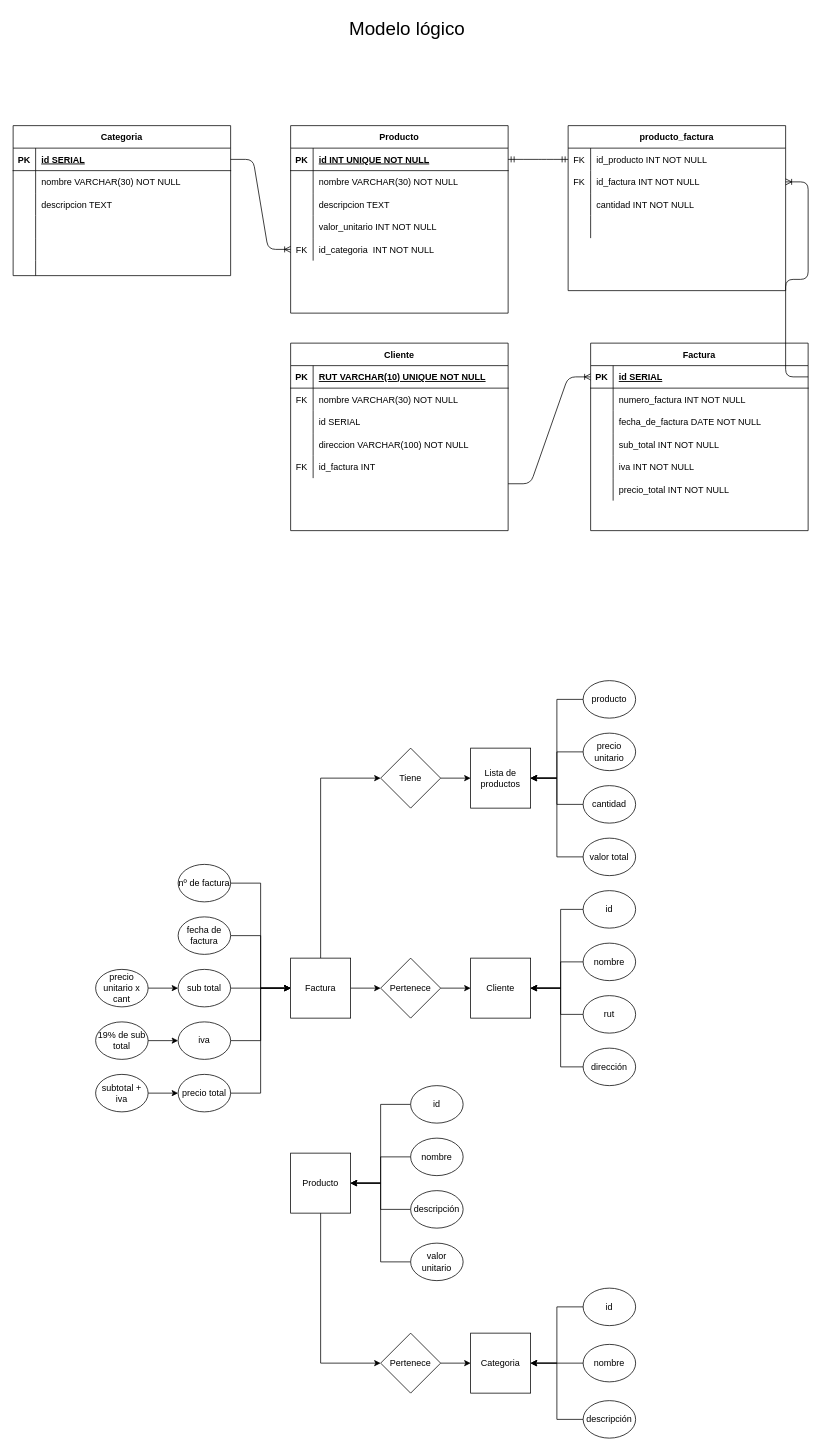
Earlier version of the draw.io diagram prueba.drawio (mackro88/prueba_db). Source tidied: cells renumbered, new cells numbered last; positions are measured from the earlier drawing's top-left corner, leaving out a move shared by most shapes. Both pictures are drawn from the tidied source at 75%, with x=0, y=0 at pixel (13, 13).
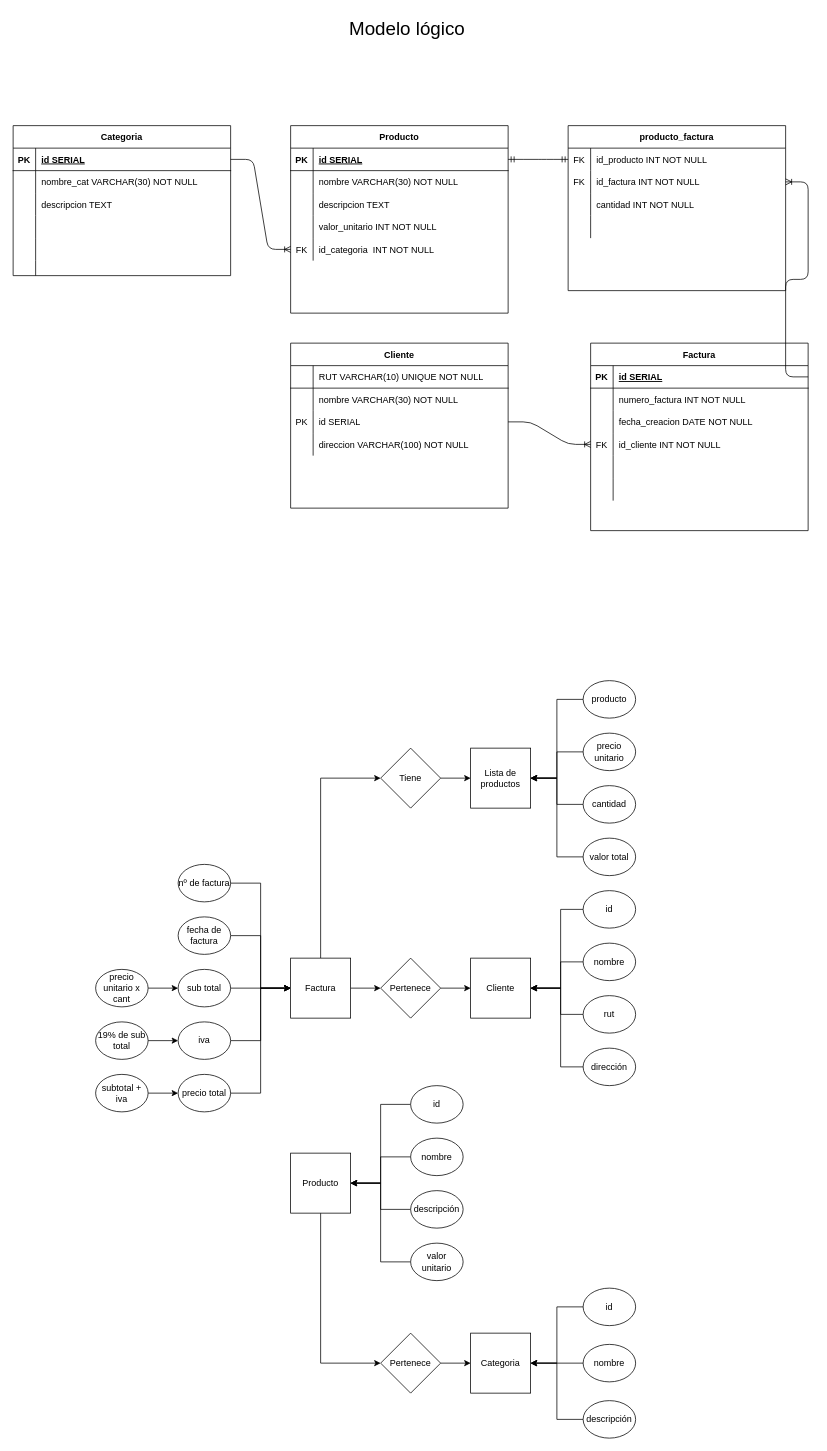
Above is the later version.

The change refers to these unchanged cells:
```xml
<mxCell id="67" style="shape=partialRectangle;fillColor=none;top=0;left=0;right=0;bottom=0;" parent="63" vertex="1">
  <mxGeometry y="60" width="290" height="30" as="geometry" />
</mxCell>
<mxCell id="83" style="shape=partialRectangle;fillColor=none;points=[[0,0.5],[1,0.5]];portConstraint=eastwest;top=0;left=0;right=0;bottom=1;" parent="82" vertex="1">
  <mxGeometry y="30" width="290" height="30" as="geometry" />
</mxCell>
<mxCell id="89" style="shape=partialRectangle;fillColor=none;top=0;left=0;right=0;bottom=0;" parent="82" vertex="1">
  <mxGeometry y="90" width="290" height="30" as="geometry" />
</mxCell>
<mxCell id="92" style="shape=partialRectangle;fillColor=none;points=[[0,0.5],[1,0.5]];portConstraint=eastwest;top=0;left=0;right=0;bottom=0;" parent="82" vertex="1">
  <mxGeometry y="120" width="290" height="30" as="geometry" />
</mxCell>
<mxCell id="95" style="shape=partialRectangle;fillColor=none;top=0;left=0;right=0;bottom=0;" parent="82" vertex="1">
  <mxGeometry y="150" width="290" height="30" as="geometry" />
</mxCell>
<mxCell id="98" style="shape=partialRectangle;fillColor=none;top=0;left=0;right=0;bottom=0;" parent="82" vertex="1">
  <mxGeometry y="180" width="290" height="30" as="geometry" />
</mxCell>
<mxCell id="102" style="shape=partialRectangle;fillColor=none;points=[[0,0.5],[1,0.5]];portConstraint=eastwest;top=0;left=0;right=0;bottom=1;" parent="101" vertex="1">
  <mxGeometry y="30" width="290" height="30" as="geometry" />
</mxCell>
<mxCell id="134" style="shape=partialRectangle;fillColor=none;top=0;left=0;right=0;bottom=1;" parent="133" vertex="1">
  <mxGeometry y="30" width="290" height="30" as="geometry" />
</mxCell>
<mxCell id="137" style="shape=partialRectangle;fillColor=none;top=0;left=0;right=0;bottom=0;" parent="133" vertex="1">
  <mxGeometry y="60" width="290" height="30" as="geometry" />
</mxCell>
<mxCell id="140" style="shape=partialRectangle;fillColor=none;points=[[0,0.5],[1,0.5]];portConstraint=eastwest;top=0;left=0;right=0;bottom=0;" parent="133" vertex="1">
  <mxGeometry y="90" width="290" height="30" as="geometry" />
</mxCell>
```

The edit, as a diff of the source:
```diff
@@
-    <mxCell id="69" value="nombre VARCHAR(30) NOT NULL" style="shape=partialRectangle;overflow=hidden;fillColor=none;top=0;left=0;bottom=0;right=0;align=left;spacingLeft=6;" parent="67" vertex="1">
+    <mxCell id="69" value="nombre_cat VARCHAR(30) NOT NULL" style="shape=partialRectangle;overflow=hidden;fillColor=none;top=0;left=0;bottom=0;right=0;align=left;spacingLeft=6;" parent="67" vertex="1">
       <mxGeometry x="30" width="260" height="30" as="geometry" />
     </mxCell>
@@
-    <mxCell id="91" value="fecha_de_factura DATE NOT NULL" style="shape=partialRectangle;overflow=hidden;fillColor=none;top=0;left=0;bottom=0;right=0;align=left;spacingLeft=6;" parent="89" vertex="1">
+    <mxCell id="91" value="fecha_creacion DATE NOT NULL" style="shape=partialRectangle;overflow=hidden;fillColor=none;top=0;left=0;bottom=0;right=0;align=left;spacingLeft=6;" parent="89" vertex="1">
       <mxGeometry x="30" width="260" height="30" as="geometry" />
     </mxCell>
@@
-    <mxCell id="93" style="shape=partialRectangle;overflow=hidden;fillColor=none;top=0;left=0;bottom=0;right=0;" parent="92" vertex="1">
+    <mxCell id="93" value="FK" style="shape=partialRectangle;overflow=hidden;fillColor=none;top=0;left=0;bottom=0;right=0;" parent="92" vertex="1">
       <mxGeometry width="30" height="30" as="geometry" />
     </mxCell>
-    <mxCell id="94" value="sub_total INT NOT NULL" style="shape=partialRectangle;overflow=hidden;fillColor=none;top=0;left=0;bottom=0;right=0;align=left;spacingLeft=6;" parent="92" vertex="1">
+    <mxCell id="94" value="id_cliente INT NOT NULL" style="shape=partialRectangle;overflow=hidden;fillColor=none;top=0;left=0;bottom=0;right=0;align=left;spacingLeft=6;" parent="92" vertex="1">
       <mxGeometry x="30" width="260" height="30" as="geometry" />
     </mxCell>
@@
-    <mxCell id="97" value="iva INT NOT NULL" style="shape=partialRectangle;overflow=hidden;fillColor=none;top=0;left=0;bottom=0;right=0;align=left;spacingLeft=6;" parent="95" vertex="1">
+    <mxCell id="97" style="shape=partialRectangle;overflow=hidden;fillColor=none;top=0;left=0;bottom=0;right=0;align=left;spacingLeft=6;" parent="95" vertex="1">
       <mxGeometry x="30" width="260" height="30" as="geometry" />
     </mxCell>
@@
-    <mxCell id="100" value="precio_total INT NOT NULL" style="shape=partialRectangle;overflow=hidden;fillColor=none;top=0;left=0;bottom=0;right=0;align=left;spacingLeft=6;" parent="98" vertex="1">
+    <mxCell id="100" style="shape=partialRectangle;overflow=hidden;fillColor=none;top=0;left=0;bottom=0;right=0;align=left;spacingLeft=6;" parent="98" vertex="1">
       <mxGeometry x="30" width="260" height="30" as="geometry" />
     </mxCell>
@@
-    <mxCell id="104" value="id INT UNIQUE NOT NULL" style="shape=partialRectangle;overflow=hidden;fillColor=none;top=0;left=0;bottom=0;right=0;align=left;spacingLeft=6;fontStyle=5;" parent="102" vertex="1">
+    <mxCell id="104" value="id SERIAL" style="shape=partialRectangle;overflow=hidden;fillColor=none;top=0;left=0;bottom=0;right=0;align=left;spacingLeft=6;fontStyle=5;" parent="102" vertex="1">
       <mxGeometry x="30" width="260" height="30" as="geometry" />
     </mxCell>
@@
-    <mxCell id="132" style="edgeStyle=entityRelationEdgeStyle;fontSize=12;html=1;endArrow=ERoneToMany;exitX=1;exitY=0.75;exitDx=0;exitDy=0;entryX=0;entryY=0.5;entryDx=0;entryDy=0;" parent="1" edge="1" source="133" target="83">
+    <mxCell id="132" style="edgeStyle=entityRelationEdgeStyle;fontSize=12;html=1;endArrow=ERoneToMany;exitX=1;exitY=0.5;exitDx=0;exitDy=0;entryX=0;entryY=0.5;entryDx=0;entryDy=0;" parent="1" edge="1" source="140" target="92">
       <mxGeometry relative="1" as="geometry" />
     </mxCell>
     <mxCell id="133" value="Cliente" style="shape=table;startSize=30;childLayout=tableLayout;rowLines=0;fontStyle=1;align=center;" parent="1" vertex="1">
-      <mxGeometry x="370" y="440" width="290" height="250" as="geometry" />
+      <mxGeometry x="370" y="440" width="290" height="220" as="geometry" />
     </mxCell>
@@
-    <mxCell id="135" value="PK" style="shape=partialRectangle;overflow=hidden;fillColor=none;top=0;left=0;bottom=0;right=0;fontStyle=1;" parent="134" vertex="1">
+    <mxCell id="135" style="shape=partialRectangle;overflow=hidden;fillColor=none;top=0;left=0;bottom=0;right=0;fontStyle=1;" parent="134" vertex="1">
       <mxGeometry width="30" height="30" as="geometry" />
     </mxCell>
-    <mxCell id="136" value="RUT VARCHAR(10) UNIQUE NOT NULL" style="shape=partialRectangle;overflow=hidden;fillColor=none;top=0;left=0;bottom=0;right=0;align=left;spacingLeft=6;fontStyle=5;" parent="134" vertex="1">
+    <mxCell id="136" value="RUT VARCHAR(10) UNIQUE NOT NULL" style="shape=partialRectangle;overflow=hidden;fillColor=none;top=0;left=0;bottom=0;right=0;align=left;spacingLeft=6;fontStyle=0;" parent="134" vertex="1">
       <mxGeometry x="30" width="260" height="30" as="geometry" />
     </mxCell>
@@
-    <mxCell id="138" value="FK" style="shape=partialRectangle;overflow=hidden;fillColor=none;top=0;left=0;bottom=0;right=0;" parent="137" vertex="1">
+    <mxCell id="138" style="shape=partialRectangle;overflow=hidden;fillColor=none;top=0;left=0;bottom=0;right=0;" parent="137" vertex="1">
       <mxGeometry width="30" height="30" as="geometry" />
     </mxCell>
@@
-    <mxCell id="141" style="shape=partialRectangle;overflow=hidden;fillColor=none;top=0;left=0;bottom=0;right=0;" parent="140" vertex="1">
+    <mxCell id="141" value="PK" style="shape=partialRectangle;overflow=hidden;fillColor=none;top=0;left=0;bottom=0;right=0;" parent="140" vertex="1">
       <mxGeometry width="30" height="30" as="geometry" />
     </mxCell>
@@
-    <mxCell id="146" style="shape=partialRectangle;fillColor=none;top=0;left=0;right=0;bottom=0;" parent="133" vertex="1">
-      <mxGeometry y="150" width="290" height="30" as="geometry" />
-    </mxCell>
-    <mxCell id="147" value="FK" style="shape=partialRectangle;overflow=hidden;fillColor=none;top=0;left=0;bottom=0;right=0;" parent="146" vertex="1">
-      <mxGeometry width="30" height="30" as="geometry" />
-    </mxCell>
-    <mxCell id="148" value="id_factura INT" style="shape=partialRectangle;overflow=hidden;fillColor=none;top=0;left=0;bottom=0;right=0;align=left;spacingLeft=6;" parent="146" vertex="1">
-      <mxGeometry x="30" width="260" height="30" as="geometry" />
-    </mxCell>
```
